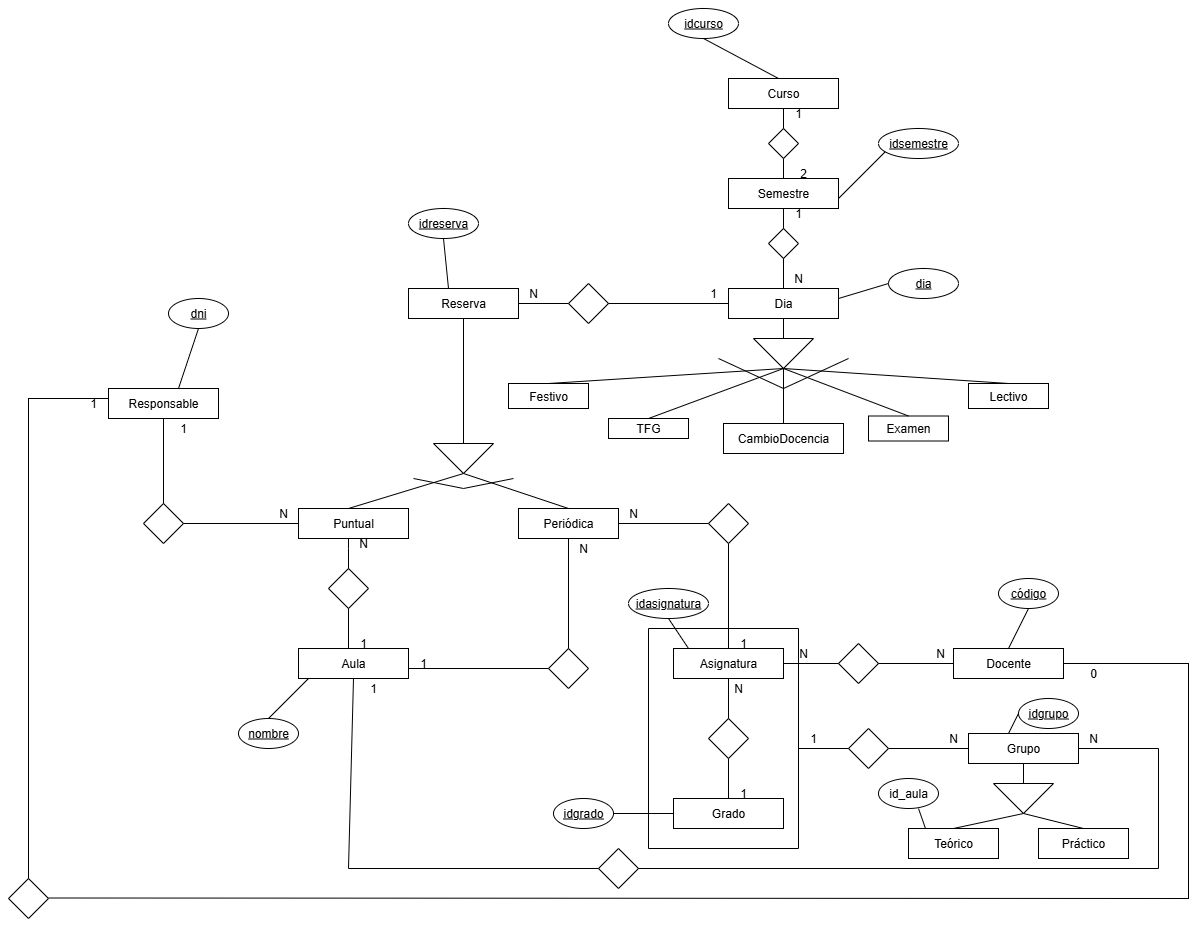
Before: doc/img/Diagrama e-r.png, a diagram exported from draw.io (rebecacuestaestepar/Trabajo-Fin-de-Grado-2025-2026). Source tidied: cells renumbered, new cells last; positions are measured from the earlier drawing's top-left corner, leaving out a move shared by most shapes.
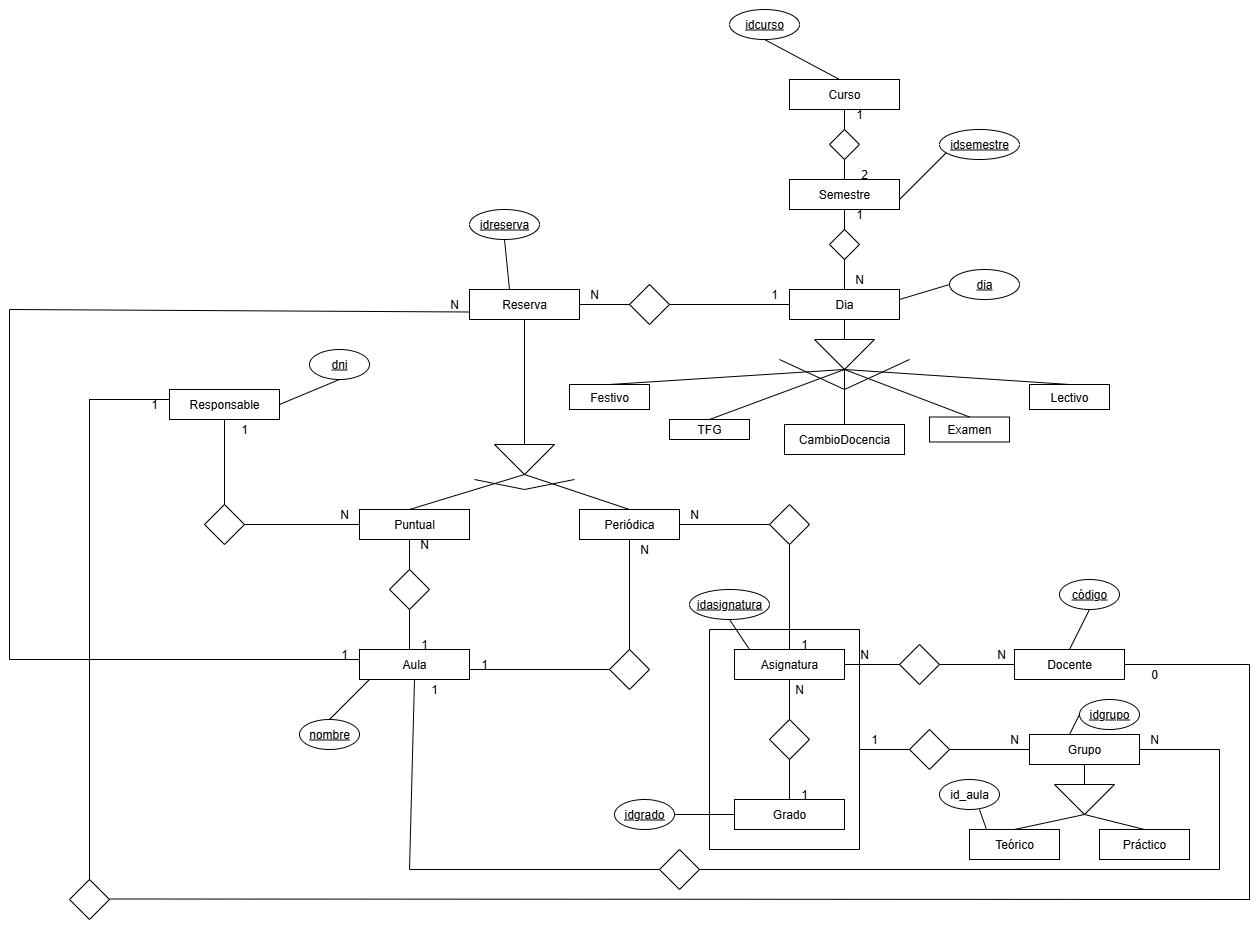
Above is the later version.

Commit message:
Actualizar diagrama entidad relación, y el modelo relacional

The edit, as a diff of the source:
```diff
@@ -314,12 +314,10 @@
       </mxGeometry>
     </mxCell>
     <mxCell id="90" value="&lt;u&gt;dni&lt;/u&gt;" style="ellipse;whiteSpace=wrap;html=1;" parent="1" vertex="1">
-      <mxGeometry x="160" y="290" width="60" height="30" as="geometry" />
+      <mxGeometry x="240" y="340" width="60" height="30" as="geometry" />
     </mxCell>
-    <mxCell id="91" style="endArrow=none;html=1;rounded=0;entryX=0.5;entryY=1;entryDx=0;entryDy=0;" parent="1" edge="1" target="90">
-      <mxGeometry relative="1" as="geometry">
-        <mxPoint x="170" y="380" as="sourcePoint" />
-      </mxGeometry>
+    <mxCell id="91" style="endArrow=none;html=1;rounded=0;entryX=0.5;entryY=1;entryDx=0;entryDy=0;exitX=1;exitY=0.5;exitDx=0;exitDy=0;" parent="1" edge="1" source="17" target="90">
+      <mxGeometry relative="1" as="geometry" />
     </mxCell>
     <mxCell id="92" value="&lt;u&gt;idreserva&lt;/u&gt;" style="ellipse;whiteSpace=wrap;html=1;" parent="1" vertex="1">
       <mxGeometry x="400" y="200" width="70" height="30" as="geometry" />
@@ -482,5 +480,28 @@
     <mxCell id="129" value="id_aula" style="ellipse;whiteSpace=wrap;html=1;" parent="1" vertex="1">
       <mxGeometry x="870" y="770" width="60" height="30" as="geometry" />
     </mxCell>
+    <mxCell id="130" style="endArrow=none;html=1;rounded=0;" parent="1" edge="1">
+      <mxGeometry relative="1" as="geometry">
+        <mxPoint x="-60" y="650" as="sourcePoint" />
+        <mxPoint x="290" y="650" as="targetPoint" />
+      </mxGeometry>
+    </mxCell>
+    <mxCell id="131" style="endArrow=none;html=1;rounded=0;" parent="1" edge="1">
+      <mxGeometry relative="1" as="geometry">
+        <mxPoint x="-60" y="650" as="sourcePoint" />
+        <mxPoint x="-60" y="300" as="targetPoint" />
+      </mxGeometry>
+    </mxCell>
+    <mxCell id="132" style="endArrow=none;html=1;rounded=0;entryX=0;entryY=0.75;entryDx=0;entryDy=0;" parent="1" edge="1" target="2">
+      <mxGeometry relative="1" as="geometry">
+        <mxPoint x="-60" y="300" as="sourcePoint" />
+      </mxGeometry>
+    </mxCell>
+    <mxCell id="133" value="N" style="text;html=1;align=center;verticalAlign=middle;whiteSpace=wrap;rounded=0;" parent="1" vertex="1">
+      <mxGeometry x="370" y="290" width="30" height="10" as="geometry" />
+    </mxCell>
+    <mxCell id="134" value="1" style="text;html=1;align=center;verticalAlign=middle;whiteSpace=wrap;rounded=0;" parent="1" vertex="1">
+      <mxGeometry x="260" y="640" width="30" height="10" as="geometry" />
+    </mxCell>
   </root>
 </mxGraphModel>
```
